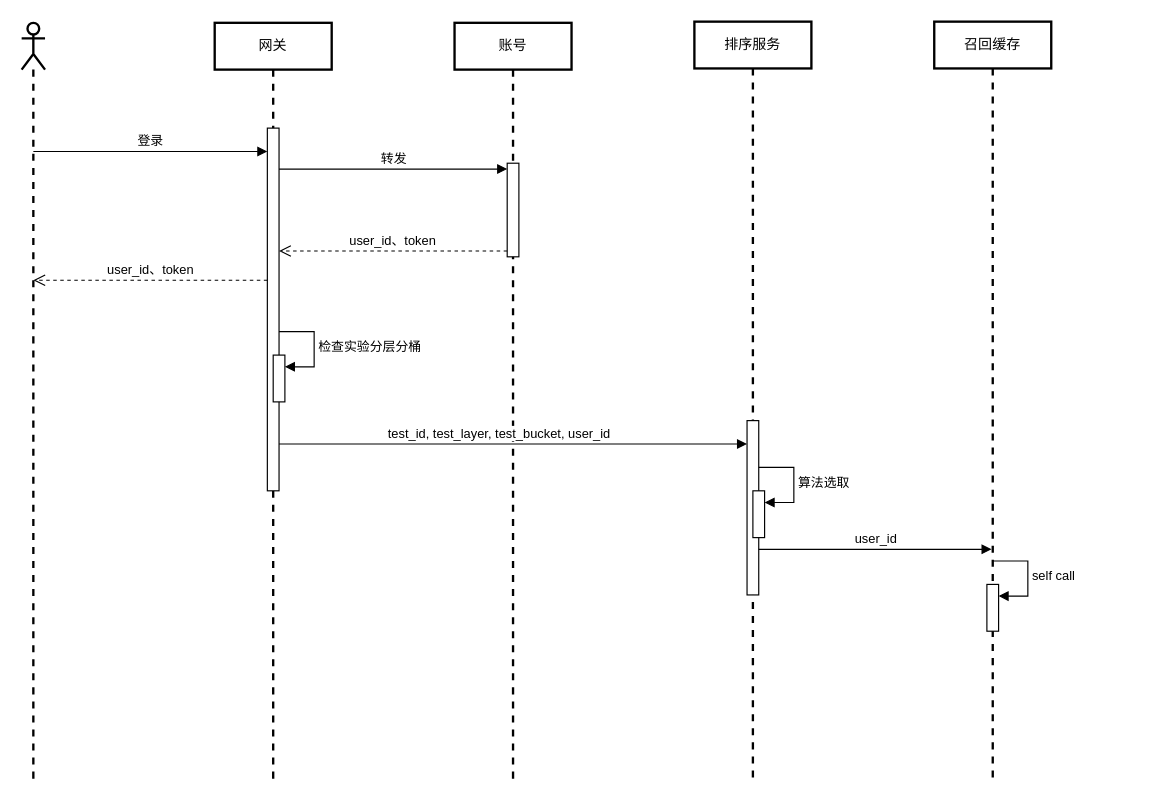
wangziji/graphics keeps this draw.io diagram as page "第 3 页" (3 of 4) of tms/转化率提升.drawio. Above is the earlier version. Source tidied: cells renumbered, new cells numbered last; positions are measured from the earlier drawing's top-left corner, leaving out a move shared by most shapes. Both pictures are drawn from the tidied source at 117%, with x=0, y=0 at pixel (21, 21).
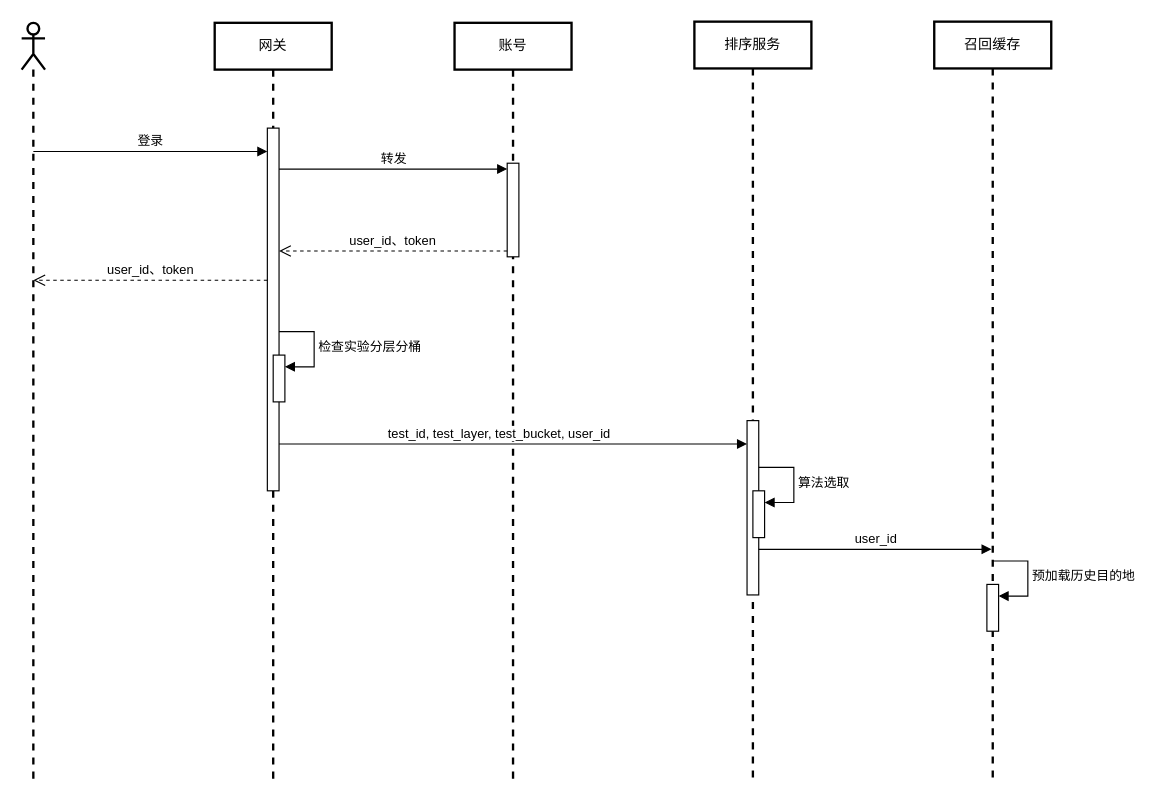
Above is the later version.

Commit message:
更新转化率提升.drawio

The change refers to these unchanged cells:
```xml
<mxCell id="13" value="召回缓存" style="shape=umlLifeline;perimeter=lifelinePerimeter;whiteSpace=wrap;html=1;newEdgeStyle={&quot;curved&quot;:0,&quot;rounded&quot;:0};strokeWidth=2;" parent="1" vertex="1">
  <mxGeometry x="780" width="100" height="650" as="geometry" />
</mxCell>
<mxCell id="14" style="html=1;points=[[0,0,0,0,5],[0,1,0,0,-5],[1,0,0,0,5],[1,1,0,0,-5]];perimeter=orthogonalPerimeter;outlineConnect=0;targetShapes=umlLifeline;portConstraint=eastwest;newEdgeStyle={&quot;curved&quot;:0,&quot;rounded&quot;:0};" parent="13" vertex="1">
  <mxGeometry x="45" y="481" width="10" height="40" as="geometry" />
</mxCell>
```

What changed in the source:
```diff
@@
-    <mxCell id="15" value="self call" style="html=1;align=left;spacingLeft=2;endArrow=block;rounded=0;edgeStyle=orthogonalEdgeStyle;curved=0;rounded=0;" parent="13" edge="1" target="14">
+    <mxCell id="15" value="预加载历史目的地" style="html=1;align=left;spacingLeft=2;endArrow=block;rounded=0;edgeStyle=orthogonalEdgeStyle;curved=0;rounded=0;" parent="13" edge="1" target="14">
       <mxGeometry relative="1" as="geometry">
         <mxPoint x="50" y="461" as="sourcePoint" />
         <Array as="points">
           <mxPoint x="80" y="491" />
         </Array>
       </mxGeometry>
     </mxCell>
```
